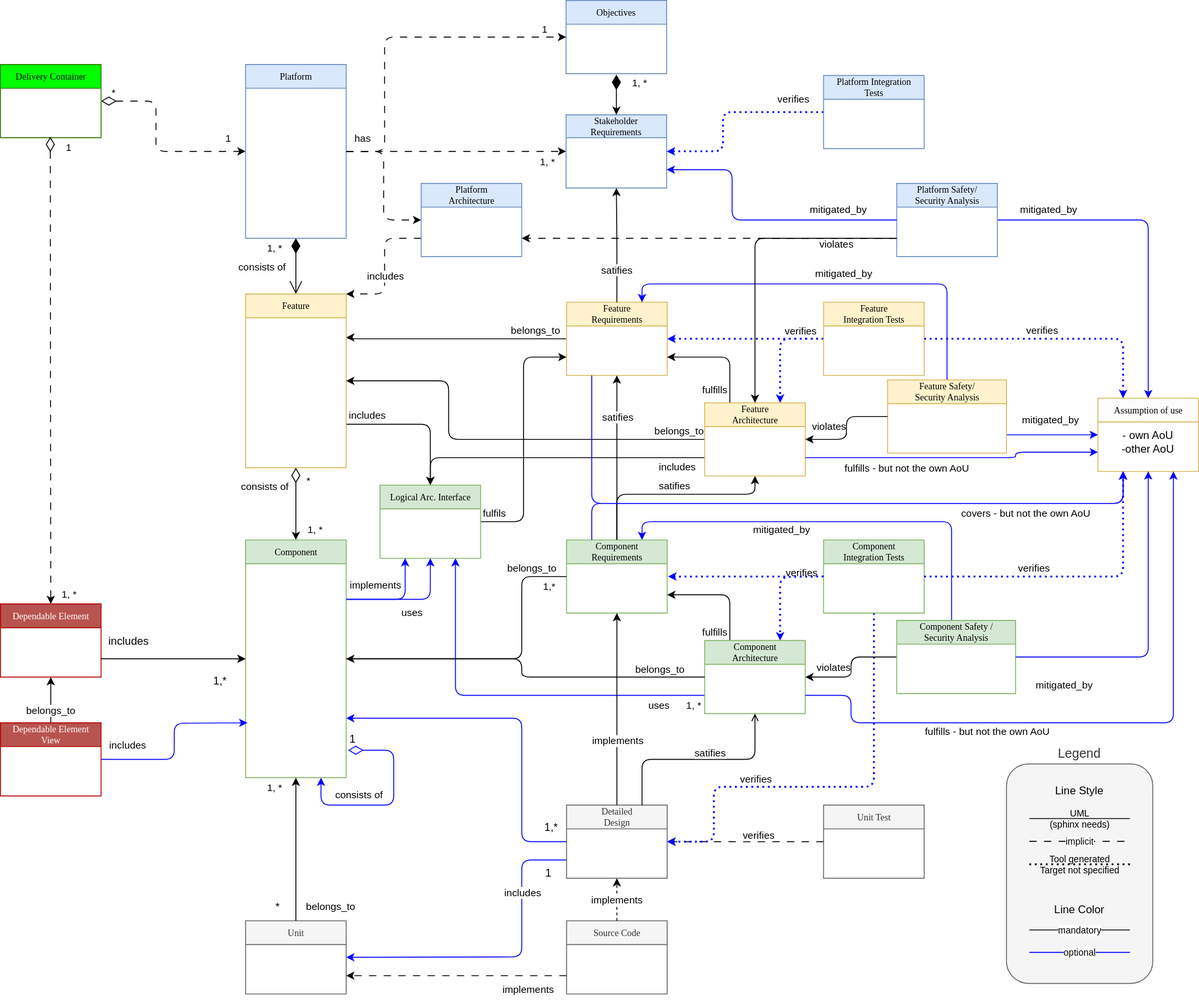
This is main/_images/score_building_blocks_meta_model.drawio.svg from eclipse-score/process_description, a draw.io export, as it was before one commit. Source tidied: cells renumbered, new cells last; positions are measured from the earlier drawing's top-left corner, leaving out a move shared by most shapes.
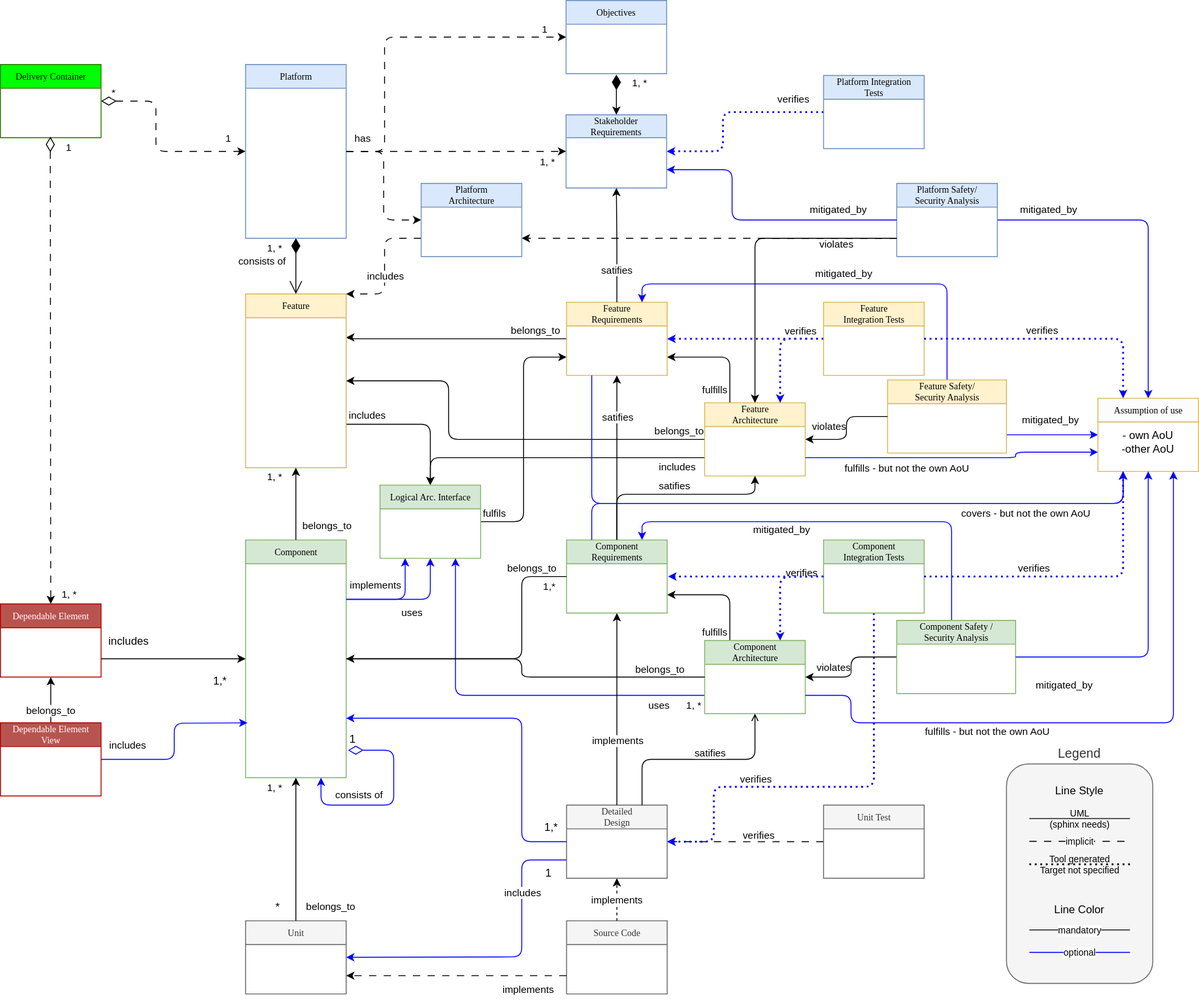
After the commit.

The edit, as a diff of the source:
```diff
@@ -104,11 +104,6 @@
         <mxPoint x="-9" y="-11" as="offset" />
       </mxGeometry>
     </mxCell>
-    <mxCell id="24" value="consists of" style="edgeLabel;html=1;align=center;verticalAlign=middle;" parent="1" vertex="1">
-      <mxGeometry x="260" y="560" as="geometry">
-        <mxPoint x="28" y="-29" as="offset" />
-      </mxGeometry>
-    </mxCell>
     <mxCell id="25" style="edgeStyle=orthogonalEdgeStyle;rounded=1;jettySize=auto;html=1;entryX=0;entryY=0.75;entryDx=0;entryDy=0;curved=0;exitX=1;exitY=0.5;exitDx=0;exitDy=0;endArrow=none;endFill=0;startArrow=classic;startFill=1;strokeColor=#0000FF;" parent="1" edge="1" source="27" target="55">
       <mxGeometry relative="1" as="geometry">
         <Array as="points">
@@ -167,7 +162,7 @@
       <mxGeometry x="-0.34" y="-33" relative="1" as="geometry" />
     </mxCell>
     <mxCell id="40" value="consists of" style="edgeLabel;html=1;align=center;verticalAlign=middle;" parent="1" vertex="1">
-      <mxGeometry x="288" y="440" as="geometry">
+      <mxGeometry x="288" y="433" as="geometry">
         <mxPoint x="-3" y="-149" as="offset" />
       </mxGeometry>
     </mxCell>
@@ -318,14 +313,6 @@
     <mxCell id="68" value="1,*" style="text;html=1;align=center;verticalAlign=middle;strokeColor=none;fillColor=none;fontSize=12;fontColor=#000000;" parent="1" vertex="1">
       <mxGeometry x="220" y="730" width="40" height="30" as="geometry" />
     </mxCell>
-    <mxCell id="69" value="*" style="endArrow=classic;html=1;endSize=6;startArrow=diamondThin;startSize=14;startFill=0;align=left;verticalAlign=bottom;rounded=0;endFill=1;exitX=0.5;exitY=1;exitDx=0;exitDy=0;entryX=0.5;entryY=0;entryDx=0;entryDy=0;" parent="1" edge="1" source="7" target="9">
-      <mxGeometry x="-0.43" y="10" relative="1" as="geometry" />
-    </mxCell>
-    <mxCell id="70" value="1, *" style="edgeLabel;html=1;align=center;verticalAlign=middle;" parent="69" vertex="1">
-      <mxGeometry x="0.69" y="7" relative="1" as="geometry">
-        <mxPoint x="13" as="offset" />
-      </mxGeometry>
-    </mxCell>
     <mxCell id="71" style="edgeStyle=orthogonalEdgeStyle;rounded=0;jettySize=auto;html=1;entryX=1;entryY=0.75;entryDx=0;entryDy=0;exitX=0;exitY=0.5;exitDx=0;exitDy=0;endArrow=none;endFill=0;startArrow=classic;startFill=1;strokeColor=#0000FF;" parent="1" edge="1" source="74" target="73">
       <mxGeometry relative="1" as="geometry" />
     </mxCell>
@@ -690,5 +677,13 @@
         <mxPoint x="1" y="34" as="offset" />
       </mxGeometry>
     </mxCell>
+    <mxCell id="70" value="1, *" style="endArrow=classic;html=1;endSize=6;startArrow=none;startSize=14;startFill=0;edgeStyle=orthogonalEdgeStyle;align=left;verticalAlign=bottom;rounded=0;entryX=0.5;entryY=1;entryDx=0;entryDy=0;exitX=0.5;exitY=0;exitDx=0;exitDy=0;endFill=1;" parent="1" edge="1" source="9" target="7">
+      <mxGeometry x="0.52" y="33" relative="1" as="geometry" />
+    </mxCell>
+    <mxCell id="146" value="belongs_to" style="edgeLabel;html=1;align=center;verticalAlign=middle;" parent="70" vertex="1">
+      <mxGeometry x="-0.54" y="2" relative="1" as="geometry">
+        <mxPoint x="35" y="2" as="offset" />
+      </mxGeometry>
+    </mxCell>
   </root>
 </mxGraphModel>
```
